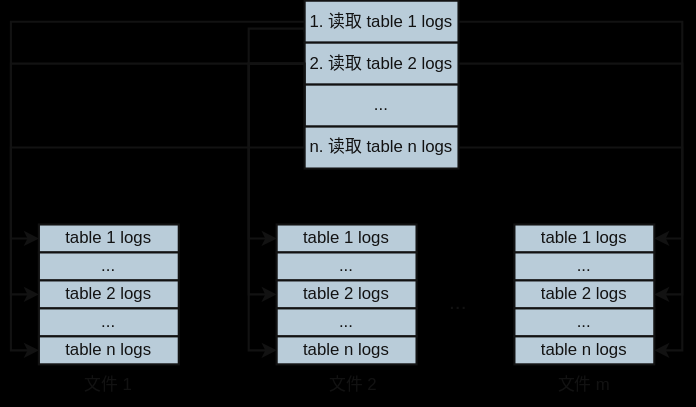
Above: rockswal.drawio.svg in Rachelint/drawio-store (draw.io), before the change. Source tidied: cells renumbered, new cells last; positions are measured from the earlier drawing's top-left corner, leaving out a move shared by most shapes.
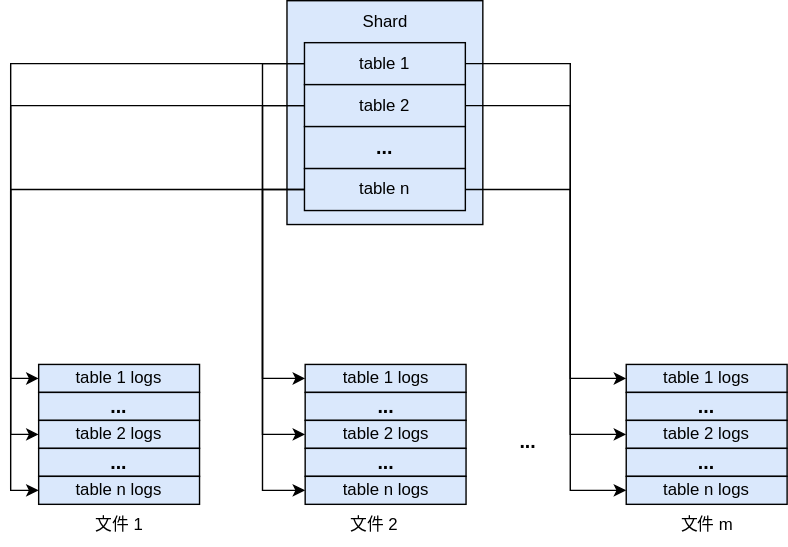
After the change.

Diff of the diagram source:
```diff
@@ -1,118 +1,138 @@
-<mxGraphModel background="#000000">
+<mxGraphModel>
   <root>
     <mxCell id="0" />
     <mxCell id="1" parent="0" />
-    <mxCell id="2" value="&lt;font color=&quot;#ffffff&quot;&gt;table 1 logs&lt;br&gt;&lt;/font&gt;" style="rounded=0;whiteSpace=wrap;html=1;labelBackgroundColor=none;fillColor=#182E3E;strokeColor=#FFFFFF;fontColor=#FFFFFF;strokeWidth=1.5;" parent="1" vertex="1">
-      <mxGeometry y="160" width="100" height="20" as="geometry" />
-    </mxCell>
-    <mxCell id="3" value="..." style="rounded=0;whiteSpace=wrap;html=1;labelBackgroundColor=none;fillColor=#182E3E;strokeColor=#FFFFFF;fontColor=#FFFFFF;strokeWidth=1.5;" parent="1" vertex="1">
-      <mxGeometry y="180" width="100" height="20" as="geometry" />
-    </mxCell>
-    <mxCell id="4" value="table 2 logs" style="rounded=0;whiteSpace=wrap;html=1;labelBackgroundColor=none;fillColor=#182E3E;strokeColor=#FFFFFF;fontColor=#FFFFFF;strokeWidth=1.5;" parent="1" vertex="1">
-      <mxGeometry y="200" width="100" height="20" as="geometry" />
-    </mxCell>
-    <mxCell id="5" value="..." style="rounded=0;whiteSpace=wrap;html=1;labelBackgroundColor=none;fillColor=#182E3E;strokeColor=#FFFFFF;fontColor=#FFFFFF;strokeWidth=1.5;" parent="1" vertex="1">
-      <mxGeometry y="220" width="100" height="20" as="geometry" />
-    </mxCell>
-    <mxCell id="6" value="table 1 logs" style="rounded=0;whiteSpace=wrap;html=1;labelBackgroundColor=none;fillColor=#182E3E;strokeColor=#FFFFFF;fontColor=#FFFFFF;strokeWidth=1.5;" parent="1" vertex="1">
-      <mxGeometry x="170" y="160" width="100" height="20" as="geometry" />
-    </mxCell>
-    <mxCell id="7" value="..." style="rounded=0;whiteSpace=wrap;html=1;labelBackgroundColor=none;fillColor=#182E3E;strokeColor=#FFFFFF;fontColor=#FFFFFF;strokeWidth=1.5;" parent="1" vertex="1">
-      <mxGeometry x="170" y="180" width="100" height="20" as="geometry" />
-    </mxCell>
-    <mxCell id="8" value="table 2 logs" style="rounded=0;whiteSpace=wrap;html=1;labelBackgroundColor=none;fillColor=#182E3E;strokeColor=#FFFFFF;fontColor=#FFFFFF;strokeWidth=1.5;" parent="1" vertex="1">
-      <mxGeometry x="170" y="200" width="100" height="20" as="geometry" />
-    </mxCell>
-    <mxCell id="9" value="..." style="rounded=0;whiteSpace=wrap;html=1;labelBackgroundColor=none;fillColor=#182E3E;strokeColor=#FFFFFF;fontColor=#FFFFFF;strokeWidth=1.5;" parent="1" vertex="1">
-      <mxGeometry x="170" y="220" width="100" height="20" as="geometry" />
-    </mxCell>
-    <mxCell id="10" value="table 1 logs" style="rounded=0;whiteSpace=wrap;html=1;labelBackgroundColor=none;fillColor=#182E3E;strokeColor=#FFFFFF;fontColor=#FFFFFF;strokeWidth=1.5;" parent="1" vertex="1">
-      <mxGeometry x="340" y="160" width="100" height="20" as="geometry" />
-    </mxCell>
-    <mxCell id="11" value="..." style="rounded=0;whiteSpace=wrap;html=1;labelBackgroundColor=none;fillColor=#182E3E;strokeColor=#FFFFFF;fontColor=#FFFFFF;strokeWidth=1.5;" parent="1" vertex="1">
-      <mxGeometry x="340" y="180" width="100" height="20" as="geometry" />
-    </mxCell>
-    <mxCell id="12" value="table 2 logs" style="rounded=0;whiteSpace=wrap;html=1;labelBackgroundColor=none;fillColor=#182E3E;strokeColor=#FFFFFF;fontColor=#FFFFFF;strokeWidth=1.5;" parent="1" vertex="1">
-      <mxGeometry x="340" y="200" width="100" height="20" as="geometry" />
-    </mxCell>
-    <mxCell id="13" value="..." style="rounded=0;whiteSpace=wrap;html=1;labelBackgroundColor=none;fillColor=#182E3E;strokeColor=#FFFFFF;fontColor=#FFFFFF;strokeWidth=1.5;" parent="1" vertex="1">
-      <mxGeometry x="340" y="220" width="100" height="20" as="geometry" />
-    </mxCell>
-    <mxCell id="14" style="edgeStyle=orthogonalEdgeStyle;rounded=0;jettySize=auto;html=1;exitX=0;exitY=0.75;exitDx=0;exitDy=0;entryX=0;entryY=0.5;entryDx=0;entryDy=0;strokeColor=#FFFFFF;strokeWidth=1.5;" parent="1" edge="1" source="17" target="6">
-      <mxGeometry relative="1" as="geometry">
-        <Array as="points">
-          <mxPoint x="190" y="20" />
-          <mxPoint x="150" y="20" />
-          <mxPoint x="150" y="170" />
-        </Array>
-      </mxGeometry>
-    </mxCell>
-    <mxCell id="15" style="edgeStyle=orthogonalEdgeStyle;rounded=0;jettySize=auto;html=1;exitX=0;exitY=0.5;exitDx=0;exitDy=0;entryX=0;entryY=0.5;entryDx=0;entryDy=0;strokeColor=#FFFFFF;strokeWidth=1.5;" parent="1" edge="1" source="17" target="2">
-      <mxGeometry relative="1" as="geometry" />
-    </mxCell>
-    <mxCell id="16" style="edgeStyle=orthogonalEdgeStyle;rounded=0;jettySize=auto;html=1;exitX=1;exitY=0.5;exitDx=0;exitDy=0;entryX=1;entryY=0.5;entryDx=0;entryDy=0;strokeColor=#FFFFFF;strokeWidth=1.5;" parent="1" edge="1" source="17" target="10">
-      <mxGeometry relative="1" as="geometry" />
-    </mxCell>
-    <mxCell id="17" value="1. 读取 table 1 logs" style="text;html=1;align=center;verticalAlign=middle;whiteSpace=wrap;rounded=0;fillColor=#182E3E;strokeColor=#FFFFFF;fontColor=#FFFFFF;labelBackgroundColor=none;strokeWidth=1.5;" parent="1" vertex="1">
-      <mxGeometry x="190" width="110" height="30" as="geometry" />
-    </mxCell>
-    <mxCell id="18" style="edgeStyle=orthogonalEdgeStyle;rounded=0;jettySize=auto;html=1;exitX=0;exitY=0.5;exitDx=0;exitDy=0;entryX=0;entryY=0.5;entryDx=0;entryDy=0;strokeColor=#FFFFFF;strokeWidth=1.5;" parent="1" edge="1" source="21" target="8">
-      <mxGeometry relative="1" as="geometry">
-        <Array as="points">
-          <mxPoint x="150" y="45" />
-          <mxPoint x="150" y="210" />
-        </Array>
-      </mxGeometry>
-    </mxCell>
-    <mxCell id="19" style="edgeStyle=orthogonalEdgeStyle;rounded=0;jettySize=auto;html=1;exitX=0;exitY=0.5;exitDx=0;exitDy=0;entryX=0;entryY=0.5;entryDx=0;entryDy=0;strokeColor=#FFFFFF;strokeWidth=1.5;" parent="1" edge="1" source="21" target="4">
-      <mxGeometry relative="1" as="geometry" />
-    </mxCell>
-    <mxCell id="20" style="edgeStyle=orthogonalEdgeStyle;rounded=0;jettySize=auto;html=1;exitX=1;exitY=0.5;exitDx=0;exitDy=0;entryX=1;entryY=0.5;entryDx=0;entryDy=0;strokeColor=#FFFFFF;strokeWidth=1.5;" parent="1" edge="1" source="21" target="12">
-      <mxGeometry relative="1" as="geometry" />
-    </mxCell>
-    <mxCell id="21" value="2. 读取 table 2 logs" style="text;html=1;align=center;verticalAlign=middle;whiteSpace=wrap;rounded=0;fillColor=#182E3E;strokeColor=#FFFFFF;fontColor=#FFFFFF;labelBackgroundColor=none;strokeWidth=1.5;" parent="1" vertex="1">
-      <mxGeometry x="190" y="30" width="110" height="30" as="geometry" />
-    </mxCell>
-    <mxCell id="22" value="..." style="text;html=1;align=center;verticalAlign=middle;whiteSpace=wrap;rounded=0;fillColor=#182E3E;strokeColor=#FFFFFF;fontColor=#FFFFFF;labelBackgroundColor=none;strokeWidth=1.5;" parent="1" vertex="1">
-      <mxGeometry x="190" y="60" width="110" height="30" as="geometry" />
-    </mxCell>
-    <mxCell id="23" style="edgeStyle=orthogonalEdgeStyle;rounded=0;jettySize=auto;html=1;exitX=0;exitY=0.5;exitDx=0;exitDy=0;entryX=0;entryY=0.5;entryDx=0;entryDy=0;strokeColor=#FFFFFF;strokeWidth=1.5;" parent="1" edge="1" source="26" target="30">
-      <mxGeometry relative="1" as="geometry" />
-    </mxCell>
-    <mxCell id="24" style="edgeStyle=orthogonalEdgeStyle;rounded=0;jettySize=auto;html=1;exitX=0;exitY=0.5;exitDx=0;exitDy=0;entryX=0;entryY=0.5;entryDx=0;entryDy=0;strokeColor=#FFFFFF;strokeWidth=1.5;" parent="1" edge="1" source="26" target="31">
-      <mxGeometry relative="1" as="geometry">
-        <Array as="points">
-          <mxPoint x="150" y="45" />
-          <mxPoint x="150" y="250" />
-        </Array>
-      </mxGeometry>
-    </mxCell>
-    <mxCell id="25" style="edgeStyle=orthogonalEdgeStyle;rounded=0;jettySize=auto;html=1;exitX=1;exitY=0.5;exitDx=0;exitDy=0;entryX=1;entryY=0.5;entryDx=0;entryDy=0;strokeColor=#FFFFFF;strokeWidth=1.5;" parent="1" edge="1" source="26" target="32">
-      <mxGeometry relative="1" as="geometry" />
-    </mxCell>
-    <mxCell id="26" value="n. 读取 table n logs" style="text;html=1;align=center;verticalAlign=middle;whiteSpace=wrap;rounded=0;fillColor=#182E3E;strokeColor=#FFFFFF;fontColor=#FFFFFF;labelBackgroundColor=none;strokeWidth=1.5;" parent="1" vertex="1">
-      <mxGeometry x="190" y="90" width="110" height="30" as="geometry" />
-    </mxCell>
+    <mxCell id="34" style="rounded=0;whiteSpace=wrap;html=1;fillColor=#dae8fc;strokeColor=#000000;" parent="1" vertex="1">
+      <mxGeometry x="147.5" y="10" width="140" height="160" as="geometry" />
+    </mxCell>
+    <mxCell id="35" style="edgeStyle=orthogonalEdgeStyle;rounded=0;jettySize=auto;html=1;exitX=0;exitY=0.5;exitDx=0;exitDy=0;entryX=0;entryY=0.5;entryDx=0;entryDy=0;" parent="1" edge="1" source="38" target="49">
+      <mxGeometry relative="1" as="geometry" />
+    </mxCell>
+    <mxCell id="36" style="edgeStyle=orthogonalEdgeStyle;rounded=0;jettySize=auto;html=1;exitX=0;exitY=0.5;exitDx=0;exitDy=0;entryX=0;entryY=0.5;entryDx=0;entryDy=0;" parent="1" edge="1" source="38" target="54">
+      <mxGeometry relative="1" as="geometry">
+        <Array as="points">
+          <mxPoint x="130" y="55" />
+          <mxPoint x="130" y="280" />
+        </Array>
+      </mxGeometry>
+    </mxCell>
+    <mxCell id="37" style="edgeStyle=orthogonalEdgeStyle;rounded=0;jettySize=auto;html=1;exitX=1;exitY=0.5;exitDx=0;exitDy=0;entryX=0;entryY=0.5;entryDx=0;entryDy=0;" parent="1" edge="1" source="38" target="59">
+      <mxGeometry relative="1" as="geometry">
+        <Array as="points">
+          <mxPoint x="350" y="55" />
+          <mxPoint x="350" y="280" />
+        </Array>
+      </mxGeometry>
+    </mxCell>
+    <mxCell id="38" value="table 1" style="rounded=0;whiteSpace=wrap;html=1;fillColor=#dae8fc;strokeColor=#000000;" parent="1" vertex="1">
+      <mxGeometry x="160" y="40" width="115" height="30" as="geometry" />
+    </mxCell>
+    <mxCell id="39" style="edgeStyle=orthogonalEdgeStyle;rounded=0;jettySize=auto;html=1;exitX=0;exitY=0.5;exitDx=0;exitDy=0;entryX=0;entryY=0.5;entryDx=0;entryDy=0;" parent="1" edge="1" source="42" target="51">
+      <mxGeometry relative="1" as="geometry" />
+    </mxCell>
+    <mxCell id="40" style="edgeStyle=orthogonalEdgeStyle;rounded=0;jettySize=auto;html=1;exitX=0;exitY=0.5;exitDx=0;exitDy=0;entryX=0;entryY=0.5;entryDx=0;entryDy=0;" parent="1" edge="1" source="42" target="56">
+      <mxGeometry relative="1" as="geometry">
+        <Array as="points">
+          <mxPoint x="130" y="85" />
+          <mxPoint x="130" y="320" />
+        </Array>
+      </mxGeometry>
+    </mxCell>
+    <mxCell id="41" style="edgeStyle=orthogonalEdgeStyle;rounded=0;jettySize=auto;html=1;exitX=1;exitY=0.5;exitDx=0;exitDy=0;entryX=0;entryY=0.5;entryDx=0;entryDy=0;" parent="1" edge="1" source="42" target="61">
+      <mxGeometry relative="1" as="geometry">
+        <Array as="points">
+          <mxPoint x="350" y="85" />
+          <mxPoint x="350" y="320" />
+        </Array>
+      </mxGeometry>
+    </mxCell>
+    <mxCell id="42" value="table 2" style="rounded=0;whiteSpace=wrap;html=1;fillColor=#dae8fc;strokeColor=#000000;" parent="1" vertex="1">
+      <mxGeometry x="160" y="70" width="115" height="30" as="geometry" />
+    </mxCell>
+    <mxCell id="43" value="&lt;font style=&quot;font-size: 14px;&quot;&gt;&lt;b&gt;...&lt;/b&gt;&lt;/font&gt;" style="rounded=0;whiteSpace=wrap;html=1;fillColor=#dae8fc;strokeColor=#000000;" parent="1" vertex="1">
+      <mxGeometry x="160" y="100" width="115" height="30" as="geometry" />
+    </mxCell>
+    <mxCell id="44" style="edgeStyle=orthogonalEdgeStyle;rounded=0;jettySize=auto;html=1;exitX=0;exitY=0.5;exitDx=0;exitDy=0;entryX=0;entryY=0.5;entryDx=0;entryDy=0;" parent="1" edge="1" source="47" target="53">
+      <mxGeometry relative="1" as="geometry" />
+    </mxCell>
+    <mxCell id="45" style="edgeStyle=orthogonalEdgeStyle;rounded=0;jettySize=auto;html=1;exitX=0;exitY=0.5;exitDx=0;exitDy=0;entryX=0;entryY=0.5;entryDx=0;entryDy=0;" parent="1" edge="1" source="47" target="58">
+      <mxGeometry relative="1" as="geometry">
+        <Array as="points">
+          <mxPoint x="130" y="145" />
+          <mxPoint x="130" y="360" />
+        </Array>
+      </mxGeometry>
+    </mxCell>
+    <mxCell id="46" style="edgeStyle=orthogonalEdgeStyle;rounded=0;jettySize=auto;html=1;exitX=1;exitY=0.5;exitDx=0;exitDy=0;entryX=0;entryY=0.5;entryDx=0;entryDy=0;" parent="1" edge="1" source="47" target="63">
+      <mxGeometry relative="1" as="geometry">
+        <Array as="points">
+          <mxPoint x="350" y="145" />
+          <mxPoint x="350" y="360" />
+        </Array>
+      </mxGeometry>
+    </mxCell>
+    <mxCell id="47" value="table n" style="rounded=0;whiteSpace=wrap;html=1;fillColor=#dae8fc;strokeColor=#000000;" parent="1" vertex="1">
+      <mxGeometry x="160" y="130" width="115" height="30" as="geometry" />
+    </mxCell>
+    <mxCell id="48" value="Shard" style="text;html=1;strokeColor=none;fillColor=none;align=center;verticalAlign=middle;whiteSpace=wrap;rounded=0;" parent="1" vertex="1">
+      <mxGeometry x="188" y="10" width="60" height="30" as="geometry" />
+    </mxCell>
+    <mxCell id="49" value="table 1 logs" style="rounded=0;whiteSpace=wrap;html=1;fillColor=#dae8fc;strokeColor=#000000;" parent="1" vertex="1">
+      <mxGeometry x="-30" y="270" width="115" height="20" as="geometry" />
+    </mxCell>
+    <mxCell id="50" value="&lt;font style=&quot;font-size: 14px;&quot;&gt;&lt;b&gt;...&lt;/b&gt;&lt;/font&gt;" style="rounded=0;whiteSpace=wrap;html=1;fillColor=#dae8fc;strokeColor=#000000;" parent="1" vertex="1">
+      <mxGeometry x="-30" y="290" width="115" height="20" as="geometry" />
+    </mxCell>
+    <mxCell id="51" value="table 2 logs" style="rounded=0;whiteSpace=wrap;html=1;fillColor=#dae8fc;strokeColor=#000000;" parent="1" vertex="1">
+      <mxGeometry x="-30" y="310" width="115" height="20" as="geometry" />
+    </mxCell>
+    <mxCell id="52" value="&lt;font style=&quot;font-size: 14px;&quot;&gt;&lt;b&gt;...&lt;/b&gt;&lt;/font&gt;" style="rounded=0;whiteSpace=wrap;html=1;fillColor=#dae8fc;strokeColor=#000000;" parent="1" vertex="1">
+      <mxGeometry x="-30" y="330" width="115" height="20" as="geometry" />
+    </mxCell>
+    <mxCell id="53" value="table n logs" style="rounded=0;whiteSpace=wrap;html=1;fillColor=#dae8fc;strokeColor=#000000;" parent="1" vertex="1">
+      <mxGeometry x="-30" y="350" width="115" height="20" as="geometry" />
+    </mxCell>
+    <mxCell id="54" value="table 1 logs" style="rounded=0;whiteSpace=wrap;html=1;fillColor=#dae8fc;strokeColor=#000000;" parent="1" vertex="1">
+      <mxGeometry x="160.5" y="270" width="115" height="20" as="geometry" />
+    </mxCell>
+    <mxCell id="55" value="&lt;font style=&quot;font-size: 14px;&quot;&gt;&lt;b&gt;...&lt;/b&gt;&lt;/font&gt;" style="rounded=0;whiteSpace=wrap;html=1;fillColor=#dae8fc;strokeColor=#000000;" parent="1" vertex="1">
+      <mxGeometry x="160.5" y="290" width="115" height="20" as="geometry" />
+    </mxCell>
+    <mxCell id="56" value="table 2 logs" style="rounded=0;whiteSpace=wrap;html=1;fillColor=#dae8fc;strokeColor=#000000;" parent="1" vertex="1">
+      <mxGeometry x="160.5" y="310" width="115" height="20" as="geometry" />
+    </mxCell>
+    <mxCell id="57" value="&lt;font style=&quot;font-size: 14px;&quot;&gt;&lt;b&gt;...&lt;/b&gt;&lt;/font&gt;" style="rounded=0;whiteSpace=wrap;html=1;fillColor=#dae8fc;strokeColor=#000000;" parent="1" vertex="1">
+      <mxGeometry x="160.5" y="330" width="115" height="20" as="geometry" />
+    </mxCell>
+    <mxCell id="58" value="table n logs" style="rounded=0;whiteSpace=wrap;html=1;fillColor=#dae8fc;strokeColor=#000000;" parent="1" vertex="1">
+      <mxGeometry x="160.5" y="350" width="115" height="20" as="geometry" />
+    </mxCell>
+    <mxCell id="59" value="table 1 logs" style="rounded=0;whiteSpace=wrap;html=1;fillColor=#dae8fc;strokeColor=#000000;" parent="1" vertex="1">
+      <mxGeometry x="390" y="270" width="115" height="20" as="geometry" />
+    </mxCell>
+    <mxCell id="60" value="&lt;font style=&quot;font-size: 14px;&quot;&gt;&lt;b&gt;...&lt;/b&gt;&lt;/font&gt;" style="rounded=0;whiteSpace=wrap;html=1;fillColor=#dae8fc;strokeColor=#000000;" parent="1" vertex="1">
+      <mxGeometry x="390" y="290" width="115" height="20" as="geometry" />
+    </mxCell>
+    <mxCell id="61" value="table 2 logs" style="rounded=0;whiteSpace=wrap;html=1;fillColor=#dae8fc;strokeColor=#000000;" parent="1" vertex="1">
+      <mxGeometry x="390" y="310" width="115" height="20" as="geometry" />
+    </mxCell>
+    <mxCell id="62" value="&lt;font style=&quot;font-size: 14px;&quot;&gt;&lt;b&gt;...&lt;/b&gt;&lt;/font&gt;" style="rounded=0;whiteSpace=wrap;html=1;fillColor=#dae8fc;strokeColor=#000000;" parent="1" vertex="1">
+      <mxGeometry x="390" y="330" width="115" height="20" as="geometry" />
+    </mxCell>
+    <mxCell id="63" value="table n logs" style="rounded=0;whiteSpace=wrap;html=1;fillColor=#dae8fc;strokeColor=#000000;" parent="1" vertex="1">
+      <mxGeometry x="390" y="350" width="115" height="20" as="geometry" />
+    </mxCell>
+    <mxCell id="64" value="&lt;font style=&quot;font-size: 14px;&quot;&gt;&lt;b&gt;...&lt;/b&gt;&lt;br&gt;&lt;/font&gt;" style="text;html=1;strokeColor=none;fillColor=none;align=center;verticalAlign=middle;whiteSpace=wrap;rounded=0;" parent="1" vertex="1">
+      <mxGeometry x="290" y="310" width="60" height="30" as="geometry" />
+    </mxCell>
-    <mxCell id="27" value="文件 1" style="text;html=1;strokeColor=none;fillColor=none;align=center;verticalAlign=middle;whiteSpace=wrap;rounded=0;fontColor=#FFFFFF;" parent="1" vertex="1">
-      <mxGeometry x="20" y="260" width="60" height="30" as="geometry" />
+    <mxCell id="27" value="文件 1" style="text;html=1;strokeColor=none;fillColor=none;align=center;verticalAlign=middle;whiteSpace=wrap;rounded=0;" parent="1" vertex="1">
+      <mxGeometry x="-2" y="370" width="60" height="30" as="geometry" />
     </mxCell>
-    <mxCell id="28" value="文件 2" style="text;html=1;strokeColor=none;fillColor=none;align=center;verticalAlign=middle;whiteSpace=wrap;rounded=0;fontColor=#FFFFFF;" parent="1" vertex="1">
-      <mxGeometry x="195" y="260" width="60" height="30" as="geometry" />
+    <mxCell id="28" value="文件 2" style="text;html=1;strokeColor=none;fillColor=none;align=center;verticalAlign=middle;whiteSpace=wrap;rounded=0;" parent="1" vertex="1">
+      <mxGeometry x="180" y="370" width="60" height="30" as="geometry" />
     </mxCell>
-    <mxCell id="29" value="文件 m" style="text;html=1;strokeColor=none;fillColor=none;align=center;verticalAlign=middle;whiteSpace=wrap;rounded=0;fontColor=#FFFFFF;" parent="1" vertex="1">
-      <mxGeometry x="360" y="260" width="60" height="30" as="geometry" />
+    <mxCell id="29" value="文件 m" style="text;html=1;strokeColor=none;fillColor=none;align=center;verticalAlign=middle;whiteSpace=wrap;rounded=0;" parent="1" vertex="1">
+      <mxGeometry x="417.5" y="370" width="60" height="30" as="geometry" />
     </mxCell>
-    <mxCell id="30" value="table n logs" style="rounded=0;whiteSpace=wrap;html=1;labelBackgroundColor=none;fillColor=#182E3E;strokeColor=#FFFFFF;fontColor=#FFFFFF;strokeWidth=1.5;" parent="1" vertex="1">
-      <mxGeometry y="240" width="100" height="20" as="geometry" />
-    </mxCell>
-    <mxCell id="31" value="table n logs" style="rounded=0;whiteSpace=wrap;html=1;labelBackgroundColor=none;fillColor=#182E3E;strokeColor=#FFFFFF;fontColor=#FFFFFF;strokeWidth=1.5;" parent="1" vertex="1">
-      <mxGeometry x="170" y="240" width="100" height="20" as="geometry" />
-    </mxCell>
-    <mxCell id="32" value="table n logs" style="rounded=0;whiteSpace=wrap;html=1;labelBackgroundColor=none;fillColor=#182E3E;strokeColor=#FFFFFF;fontColor=#FFFFFF;strokeWidth=1.5;" parent="1" vertex="1">
-      <mxGeometry x="340" y="240" width="100" height="20" as="geometry" />
-    </mxCell>
-    <mxCell id="33" value="&lt;font style=&quot;font-size: 15px;&quot;&gt;...&lt;/font&gt;" style="text;html=1;strokeColor=none;fillColor=none;align=center;verticalAlign=middle;whiteSpace=wrap;rounded=0;fontColor=#FFFFFF;" parent="1" vertex="1">
-      <mxGeometry x="270" y="200" width="60" height="30" as="geometry" />
-    </mxCell>
   </root>
 </mxGraphModel>
```
